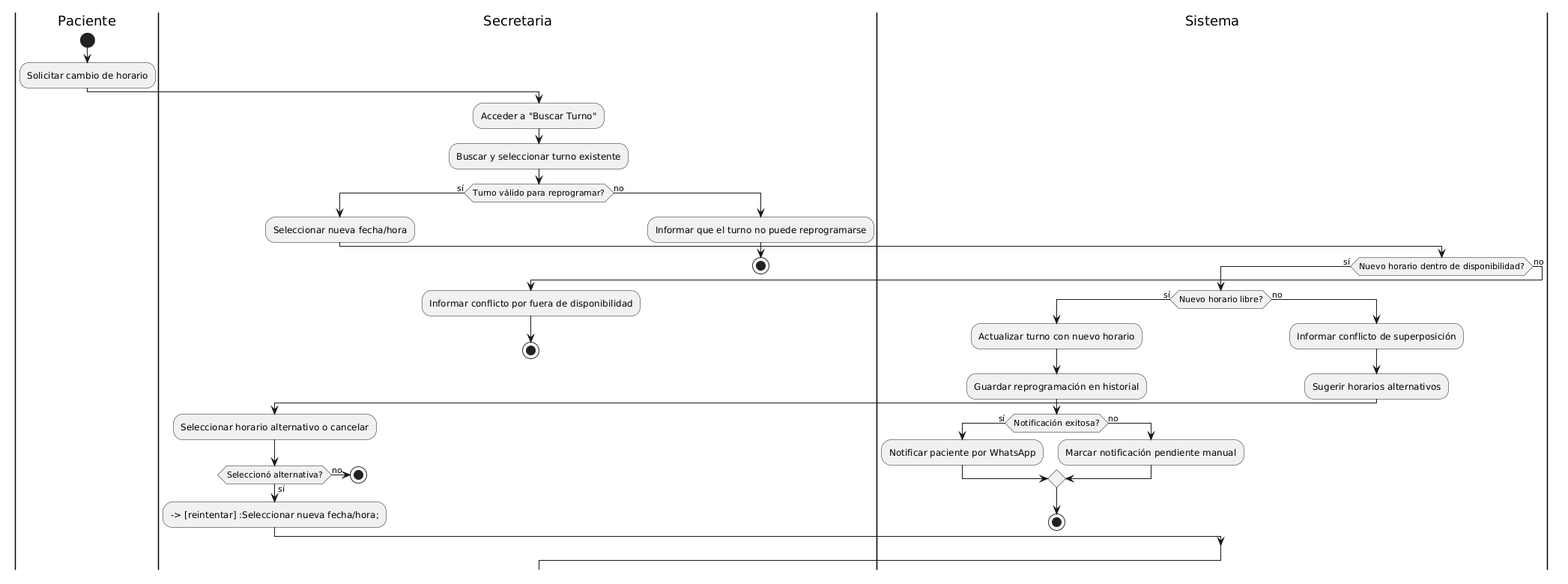
eternalnight04/SistemaTurnosMedicos keeps this PlantUML diagram as diagramas/04-diagramas-actividades/04-actividad-reprogramar-turno-02.png. Above is the earlier version. The source it was exported from:
```plantuml
@startuml
|Paciente|
start
:Solicitar cambio de horario;
|Secretaria|
:Acceder a "Buscar Turno";
:Buscar y seleccionar turno existente;
if (Turno válido para reprogramar?) then (sí)
  :Seleccionar nueva fecha/hora;
  |Sistema|
  if (Nuevo horario dentro de disponibilidad?) then (sí)
    if (Nuevo horario libre?) then (sí)
      :Actualizar turno con nuevo horario;
      :Guardar reprogramación en historial;
      if (Notificación exitosa?) then (sí)
        :Notificar paciente por WhatsApp;
      else (no)
        :Marcar notificación pendiente manual;
      endif
      stop
    else (no)
      :Informar conflicto de superposición;
      :Sugerir horarios alternativos;
      |Secretaria|
      :Seleccionar horario alternativo o cancelar;
      if (Seleccionó alternativa?) then (sí)
        --> [reintentar] :Seleccionar nueva fecha/hora;
      else (no)
        stop
      endif
    endif
  else (no)
    :Informar conflicto por fuera de disponibilidad;
    stop
  endif
else (no)
  :Informar que el turno no puede reprogramarse;
  stop
endif
@enduml
```
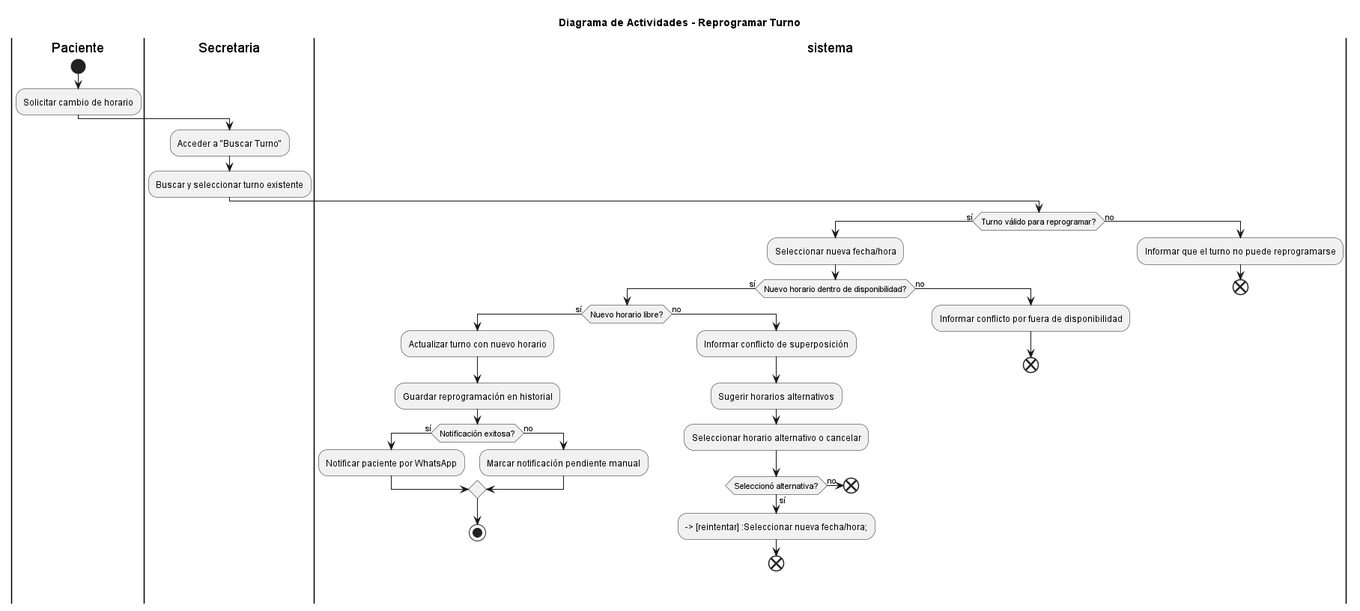
The same diagram one commit later.

Commit message:
Actualización de diagramas de actividad para RC-1-2-3 - Correcciones en diagramas de actividad para casos de uso "Crear Turno", "Reprogramar Turno" y "Cancelar Turno".

What changed in the source:
```diff
@@ -1,13 +1,17 @@
-@startuml
+@startuml ReprogramarTurno
+
+title Diagrama de Actividades - Reprogramar Turno
+
 |Paciente|
 start
 :Solicitar cambio de horario;
 |Secretaria|
 :Acceder a "Buscar Turno";
 :Buscar y seleccionar turno existente;
+|sistema|
 if (Turno válido para reprogramar?) then (sí)
   :Seleccionar nueva fecha/hora;
-  |Sistema|
+
   if (Nuevo horario dentro de disponibilidad?) then (sí)
     if (Nuevo horario libre?) then (sí)
       :Actualizar turno con nuevo horario;
@@ -21,20 +25,23 @@
     else (no)
       :Informar conflicto de superposición;
       :Sugerir horarios alternativos;
-      |Secretaria|
+      |sistema|
       :Seleccionar horario alternativo o cancelar;
       if (Seleccionó alternativa?) then (sí)
         --> [reintentar] :Seleccionar nueva fecha/hora;
+        end
       else (no)
-        stop
+        end
       endif
     endif
+    |sistema|
   else (no)
     :Informar conflicto por fuera de disponibilidad;
-    stop
+  end
   endif
+
 else (no)
   :Informar que el turno no puede reprogramarse;
-  stop
+  end
 endif
 @enduml
```
